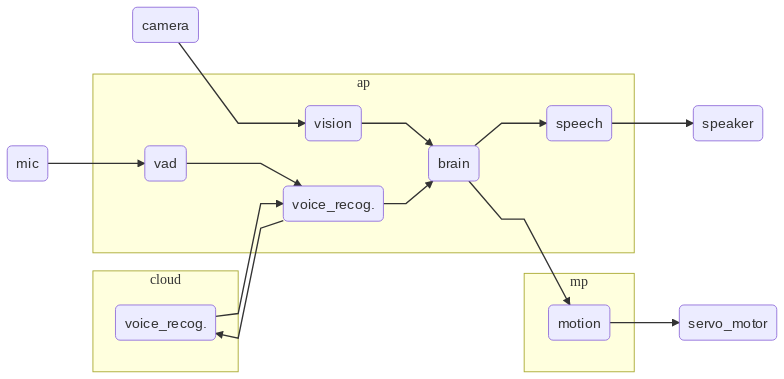
Before: docs/images/overview_sw_arch.png, a diagram exported from Mermaid (nacai/avocado). Its source is kept beside it as docs/images/mermaid/overview_sw_arch.mmd.
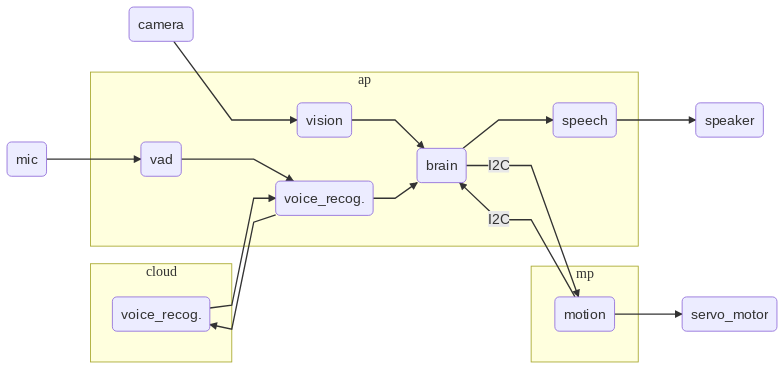
After the change.

Change to the diagram source:
```diff
@@ -29,6 +29,7 @@
     voice_recog_cl-->voice_recog
 
     brain-->speech
-    brain-->motion
+    brain--> |I2C| motion
 
+    motion--> |I2C| brain
     motion-->servo_motor
```
